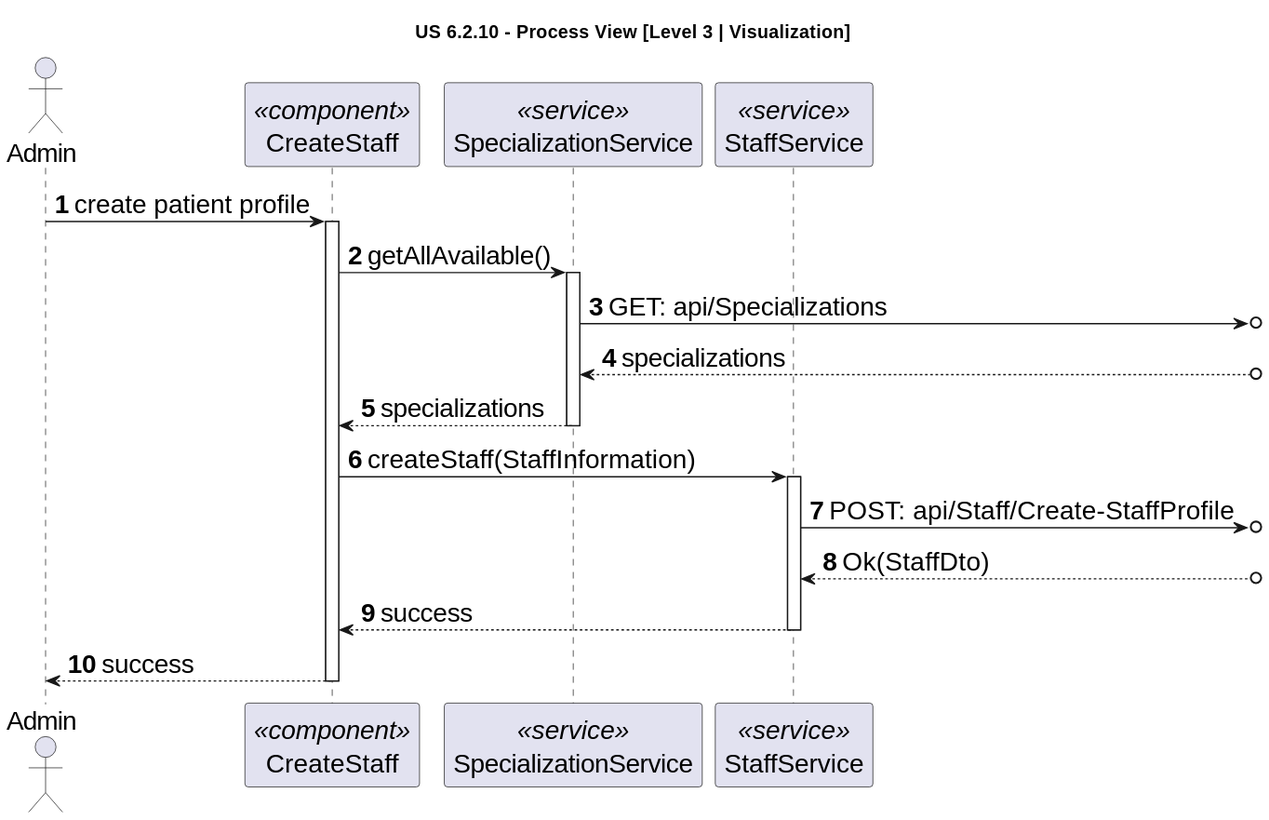
The PlantUML diagram docs/sprint-2/1220841/us-6.2.10/diagrams/level-3-process-view-visualization.svg in rita-barbosa/LAPR5-2425, before a commit.
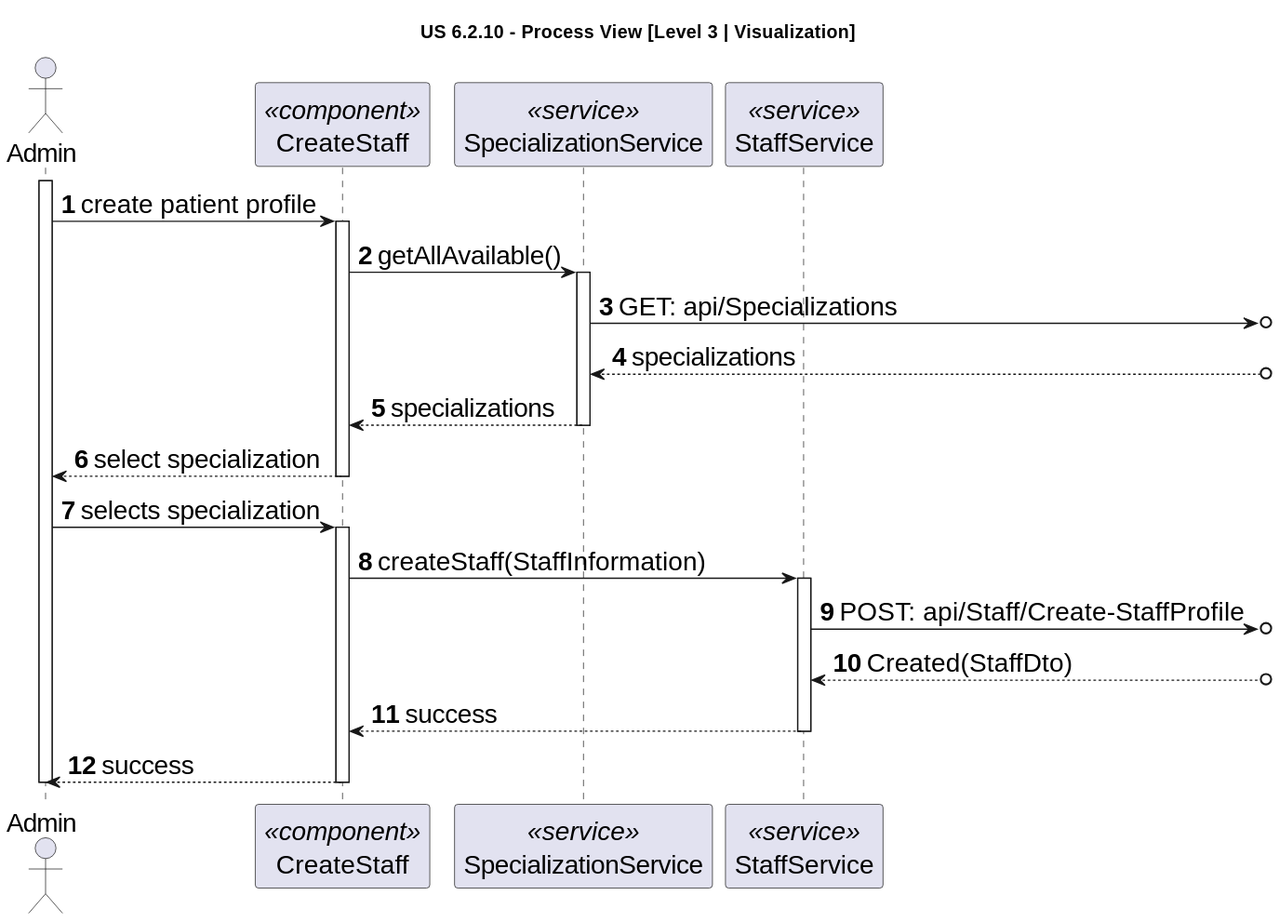
The same diagram one commit later.

Commit message:
DG38-441 | docs: updates mistake in process view diagrams of visualization component.

What changed in the source:
```diff
@@ -9,6 +9,7 @@
 participant "SpecializationService" as SS <<service>>
 participant "StaffService" as PS <<service>>
 
+activate USER
 USER -> UPP : create patient profile
 activate UPP
 
@@ -20,17 +21,23 @@
 
 SS --> UPP: specializations
 deactivate SS
+UPP --> USER : select specialization
+deactivate UPP
+
+USER -> UPP: selects specialization
+activate UPP
 
 UPP -> PS : createStaff(StaffInformation)
 activate PS
 
 PS ->o] : POST: api/Staff/Create-StaffProfile
 
-PS <--o] : Ok(StaffDto)
+PS <--o] : Created(StaffDto)
 
 PS --> UPP: success
 deactivate PS
 
 UPP --> USER: success
 deactivate UPP
+deactivate USER
 @enduml
```
